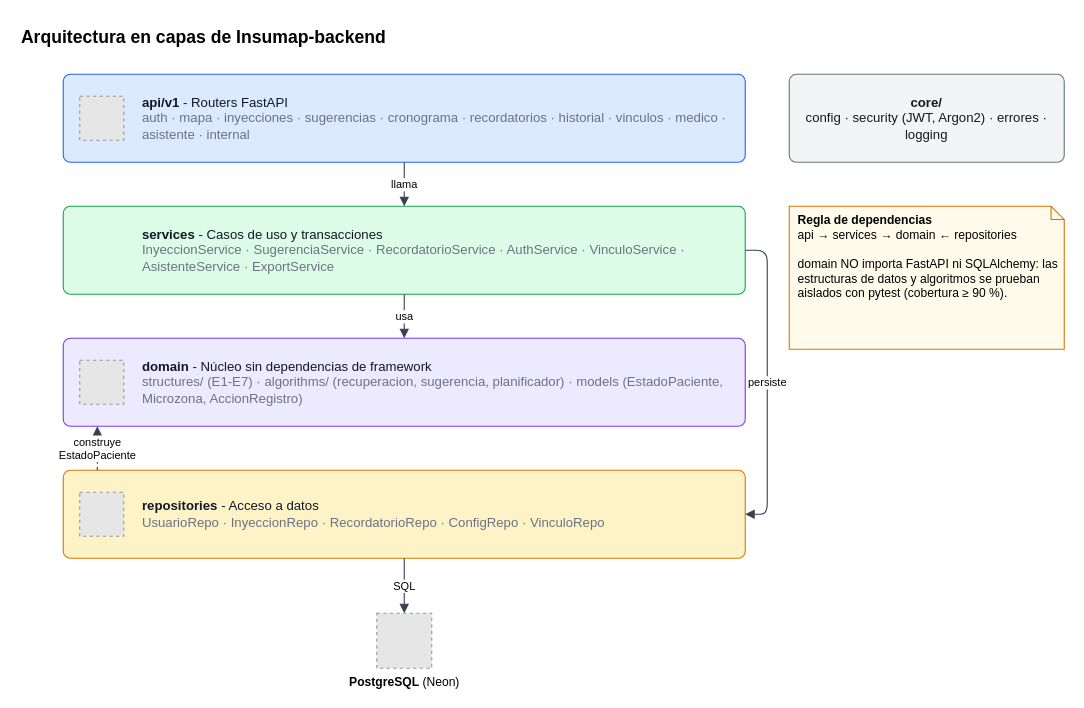
Earlier version of the draw.io diagram docs/images/capas-backend.drawio (NicoalsD/Insumap-backend). Source tidied: cells renumbered, new cells numbered last; positions are measured from the earlier drawing's top-left corner, leaving out a move shared by most shapes. Both pictures are drawn from the tidied source at 110%, with x=0, y=0 at pixel (19, 19). Pictures stored in the file or linked from it are replaced by grey dashed boxes.
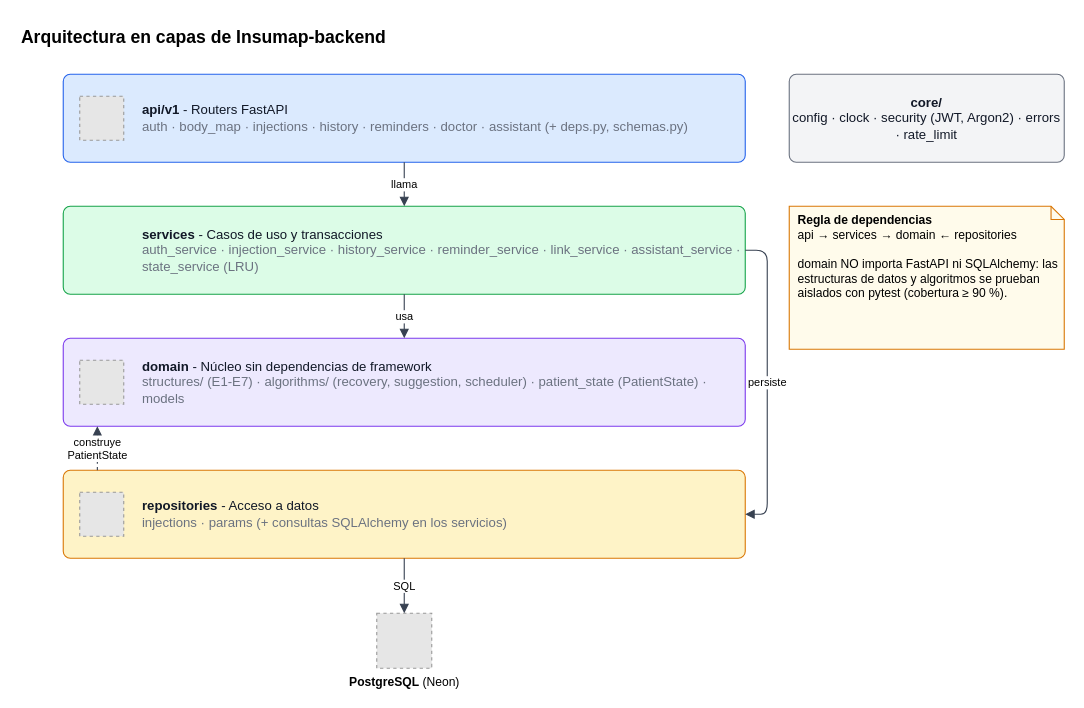
The same page after the edit.

What changed in the source:
```diff
@@
 <mxGraphModel background="#FFFFFF">
   <root>
     <mxCell id="0" />
     <mxCell id="1" parent="0" />
     <mxCell id="2" value="&lt;b style='font-size:16px'&gt;Arquitectura en capas de Insumap-backend&lt;/b&gt;" style="text;html=1;whiteSpace=wrap;fontFamily=Helvetica;fontSize=12;align=left;verticalAlign=top;" parent="1" vertex="1">
       <mxGeometry width="700" height="30" as="geometry" />
     </mxCell>
-    <mxCell id="3" value="&lt;b&gt;api/v1&lt;/b&gt; - Routers FastAPI&lt;br&gt;&lt;font color='#6B7280'&gt;auth · mapa · inyecciones · sugerencias · cronograma · recordatorios · historial · vinculos · medico · asistente · internal&lt;/font&gt;" style="rounded=1;whiteSpace=wrap;html=1;arcSize=8;fillColor=#DBEAFE;strokeColor=#2563EB;fontColor=#111827;fontFamily=Helvetica;fontSize=12;align=left;spacingLeft=70;fontSize=12;" parent="1" vertex="1">
+    <mxCell id="3" value="&lt;b&gt;api/v1&lt;/b&gt; - Routers FastAPI&lt;br&gt;&lt;font color='#6B7280'&gt;auth · body_map · injections · history · reminders · doctor · assistant (+ deps.py, schemas.py)&lt;/font&gt;" style="rounded=1;whiteSpace=wrap;html=1;arcSize=8;fillColor=#DBEAFE;strokeColor=#2563EB;fontColor=#111827;fontFamily=Helvetica;fontSize=12;align=left;spacingLeft=70;fontSize=12;" parent="1" vertex="1">
       <mxGeometry x="40" y="50" width="620" height="80" as="geometry" />
     </mxCell>
     <mxCell id="4" style="fillColor=#E6E6E6;strokeColor=#999999;dashed=1;html=1;verticalLabelPosition=bottom;verticalAlign=top;labelBackgroundColor=none;fontFamily=Helvetica;fontSize=11;" parent="1" vertex="1">
       <mxGeometry x="55" y="70" width="40" height="40" as="geometry" />
     </mxCell>
-    <mxCell id="5" value="&lt;b&gt;services&lt;/b&gt; - Casos de uso y transacciones&lt;br&gt;&lt;font color='#6B7280'&gt;InyeccionService · SugerenciaService · RecordatorioService · AuthService · VinculoService · AsistenteService · ExportService&lt;/font&gt;" style="rounded=1;whiteSpace=wrap;html=1;arcSize=8;fillColor=#DCFCE7;strokeColor=#16A34A;fontColor=#111827;fontFamily=Helvetica;fontSize=12;align=left;spacingLeft=70;fontSize=12;" parent="1" vertex="1">
+    <mxCell id="5" value="&lt;b&gt;services&lt;/b&gt; - Casos de uso y transacciones&lt;br&gt;&lt;font color='#6B7280'&gt;auth_service · injection_service · history_service · reminder_service · link_service · assistant_service · state_service (LRU)&lt;/font&gt;" style="rounded=1;whiteSpace=wrap;html=1;arcSize=8;fillColor=#DCFCE7;strokeColor=#16A34A;fontColor=#111827;fontFamily=Helvetica;fontSize=12;align=left;spacingLeft=70;fontSize=12;" parent="1" vertex="1">
       <mxGeometry x="40" y="170" width="620" height="80" as="geometry" />
     </mxCell>
-    <mxCell id="6" value="&lt;b&gt;domain&lt;/b&gt; - Núcleo sin dependencias de framework&lt;br&gt;&lt;font color='#6B7280'&gt;structures/ (E1-E7) · algorithms/ (recuperacion, sugerencia, planificador) · models (EstadoPaciente, Microzona, AccionRegistro)&lt;/font&gt;" style="rounded=1;whiteSpace=wrap;html=1;arcSize=8;fillColor=#EDE9FE;strokeColor=#7C3AED;fontColor=#111827;fontFamily=Helvetica;fontSize=12;align=left;spacingLeft=70;fontSize=12;" parent="1" vertex="1">
+    <mxCell id="6" value="&lt;b&gt;domain&lt;/b&gt; - Núcleo sin dependencias de framework&lt;br&gt;&lt;font color='#6B7280'&gt;structures/ (E1-E7) · algorithms/ (recovery, suggestion, scheduler) · patient_state (PatientState) · models&lt;/font&gt;" style="rounded=1;whiteSpace=wrap;html=1;arcSize=8;fillColor=#EDE9FE;strokeColor=#7C3AED;fontColor=#111827;fontFamily=Helvetica;fontSize=12;align=left;spacingLeft=70;fontSize=12;" parent="1" vertex="1">
       <mxGeometry x="40" y="290" width="620" height="80" as="geometry" />
     </mxCell>
     <mxCell id="7" style="fillColor=#E6E6E6;strokeColor=#999999;dashed=1;html=1;verticalLabelPosition=bottom;verticalAlign=top;labelBackgroundColor=none;fontFamily=Helvetica;fontSize=11;" parent="1" vertex="1">
       <mxGeometry x="55" y="310" width="40" height="40" as="geometry" />
     </mxCell>
-    <mxCell id="8" value="&lt;b&gt;repositories&lt;/b&gt; - Acceso a datos&lt;br&gt;&lt;font color='#6B7280'&gt;UsuarioRepo · InyeccionRepo · RecordatorioRepo · ConfigRepo · VinculoRepo&lt;/font&gt;" style="rounded=1;whiteSpace=wrap;html=1;arcSize=8;fillColor=#FEF3C7;strokeColor=#D97706;fontColor=#111827;fontFamily=Helvetica;fontSize=12;align=left;spacingLeft=70;fontSize=12;" parent="1" vertex="1">
+    <mxCell id="8" value="&lt;b&gt;repositories&lt;/b&gt; - Acceso a datos&lt;br&gt;&lt;font color='#6B7280'&gt;injections · params (+ consultas SQLAlchemy en los servicios)&lt;/font&gt;" style="rounded=1;whiteSpace=wrap;html=1;arcSize=8;fillColor=#FEF3C7;strokeColor=#D97706;fontColor=#111827;fontFamily=Helvetica;fontSize=12;align=left;spacingLeft=70;fontSize=12;" parent="1" vertex="1">
       <mxGeometry x="40" y="410" width="620" height="80" as="geometry" />
     </mxCell>
     <mxCell id="9" style="fillColor=#E6E6E6;strokeColor=#999999;dashed=1;html=1;verticalLabelPosition=bottom;verticalAlign=top;labelBackgroundColor=none;fontFamily=Helvetica;fontSize=11;" parent="1" vertex="1">
       <mxGeometry x="55" y="430" width="40" height="40" as="geometry" />
     </mxCell>
     <mxCell id="10" value="&lt;b&gt;PostgreSQL&lt;/b&gt; (Neon)" style="fillColor=#E6E6E6;strokeColor=#999999;dashed=1;html=1;verticalLabelPosition=bottom;verticalAlign=top;labelBackgroundColor=none;fontFamily=Helvetica;fontSize=11;" parent="1" vertex="1">
       <mxGeometry x="325" y="540" width="50" height="50" as="geometry" />
     </mxCell>
     <mxCell id="11" value="llama" style="edgeStyle=orthogonalEdgeStyle;rounded=1;html=1;endArrow=block;endFill=1;strokeColor=#374151;fontFamily=Helvetica;fontSize=10;labelBackgroundColor=#FFFFFF;" parent="1" edge="1" source="3" target="5">
       <mxGeometry relative="1" as="geometry" />
     </mxCell>
     <mxCell id="12" value="usa" style="edgeStyle=orthogonalEdgeStyle;rounded=1;html=1;endArrow=block;endFill=1;strokeColor=#374151;fontFamily=Helvetica;fontSize=10;labelBackgroundColor=#FFFFFF;" parent="1" edge="1" source="5" target="6">
       <mxGeometry relative="1" as="geometry" />
     </mxCell>
     <mxCell id="13" value="persiste" style="edgeStyle=orthogonalEdgeStyle;rounded=1;html=1;endArrow=block;endFill=1;strokeColor=#374151;fontFamily=Helvetica;fontSize=10;labelBackgroundColor=#FFFFFF;edgeStyle=none;exitX=1;exitY=0.5;entryX=1;entryY=0.5;" parent="1" edge="1" source="5" target="8">
       <mxGeometry relative="1" as="geometry">
         <Array as="points">
           <mxPoint x="680" y="210" />
           <mxPoint x="680" y="450" />
         </Array>
       </mxGeometry>
     </mxCell>
-    <mxCell id="14" value="construye&lt;br&gt;EstadoPaciente" style="edgeStyle=orthogonalEdgeStyle;rounded=1;html=1;endArrow=block;endFill=1;strokeColor=#374151;fontFamily=Helvetica;fontSize=10;labelBackgroundColor=#FFFFFF;dashed=1;exitX=0.05;exitY=0;entryX=0.05;entryY=1;" parent="1" edge="1" source="8" target="6">
+    <mxCell id="14" value="construye&lt;br&gt;PatientState" style="edgeStyle=orthogonalEdgeStyle;rounded=1;html=1;endArrow=block;endFill=1;strokeColor=#374151;fontFamily=Helvetica;fontSize=10;labelBackgroundColor=#FFFFFF;dashed=1;exitX=0.05;exitY=0;entryX=0.05;entryY=1;" parent="1" edge="1" source="8" target="6">
       <mxGeometry relative="1" as="geometry" />
     </mxCell>
     <mxCell id="15" value="SQL" style="edgeStyle=orthogonalEdgeStyle;rounded=1;html=1;endArrow=block;endFill=1;strokeColor=#374151;fontFamily=Helvetica;fontSize=10;labelBackgroundColor=#FFFFFF;" parent="1" edge="1" source="8" target="10">
       <mxGeometry relative="1" as="geometry" />
     </mxCell>
     <mxCell id="16" value="&lt;b&gt;Regla de dependencias&lt;/b&gt;&lt;br&gt;api → services → domain ← repositories&lt;br&gt;&lt;br&gt;domain NO importa FastAPI ni SQLAlchemy: las estructuras de datos y algoritmos se prueban aislados con pytest (cobertura ≥ 90 %)." style="shape=note;size=12;whiteSpace=wrap;html=1;fillColor=#FFFBEB;strokeColor=#D97706;fontFamily=Helvetica;fontSize=11;align=left;spacingLeft=6;verticalAlign=top;" parent="1" vertex="1">
       <mxGeometry x="700" y="170" width="250" height="130" as="geometry" />
     </mxCell>
-    <mxCell id="17" value="&lt;b&gt;core/&lt;/b&gt;&lt;br&gt;config · security (JWT, Argon2) · errores · logging" style="rounded=1;whiteSpace=wrap;html=1;arcSize=8;fillColor=#F3F4F6;strokeColor=#6B7280;fontColor=#111827;fontFamily=Helvetica;fontSize=12;" parent="1" vertex="1">
+    <mxCell id="17" value="&lt;b&gt;core/&lt;/b&gt;&lt;br&gt;config · clock · security (JWT, Argon2) · errors · rate_limit" style="rounded=1;whiteSpace=wrap;html=1;arcSize=8;fillColor=#F3F4F6;strokeColor=#6B7280;fontColor=#111827;fontFamily=Helvetica;fontSize=12;" parent="1" vertex="1">
       <mxGeometry x="700" y="50" width="250" height="80" as="geometry" />
     </mxCell>
   </root>
 </mxGraphModel>
```
